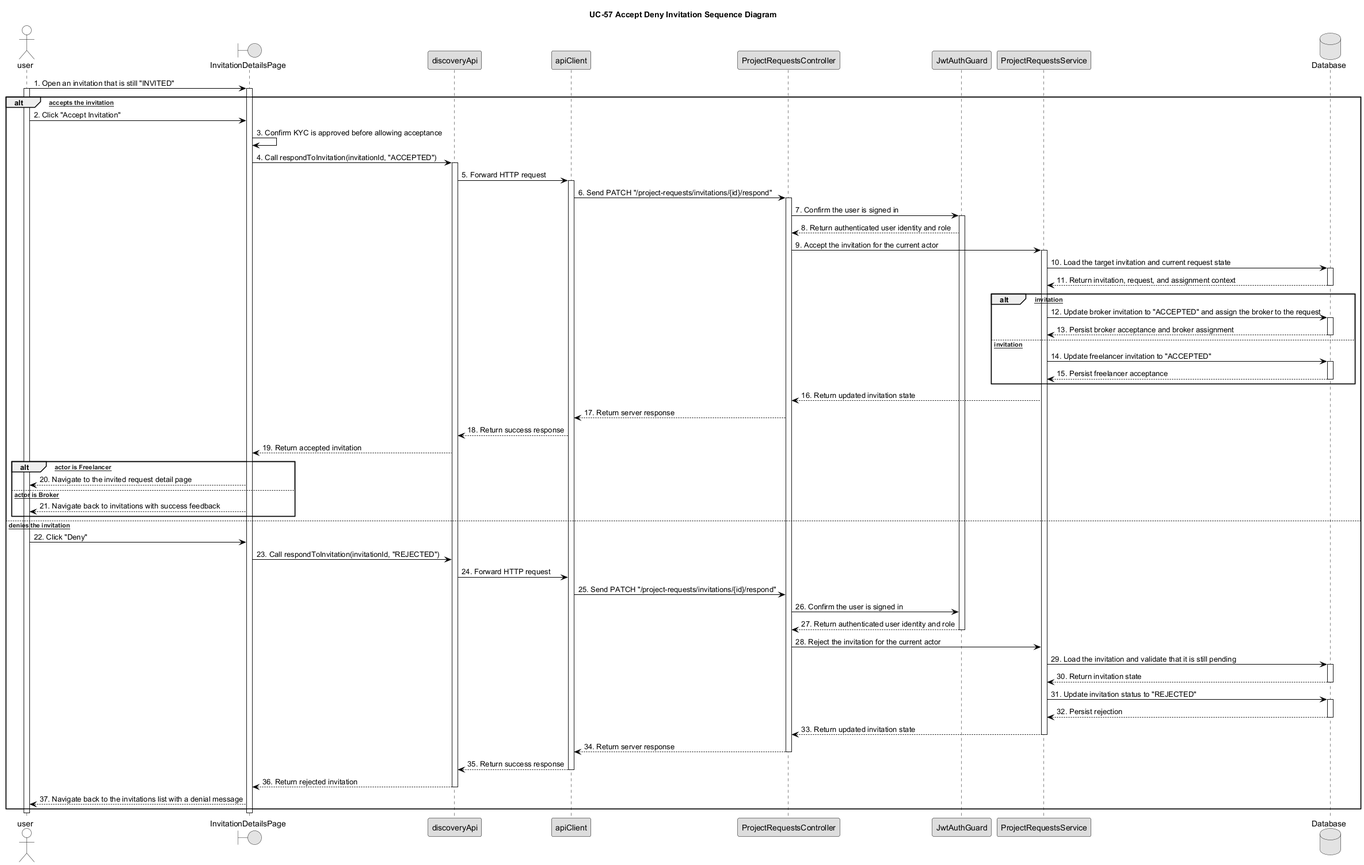
This is diagram/sequence/UC57_Accept_Deny_Invitation_Sequence_Diagram.png from bangdcce/SEP492-Project, a PlantUML export, as it was before one commit. Its diagram source:
```plantuml
@startuml UC57_Accept_Deny_Invitation_Sequence_Diagram



skinparam monochrome true



skinparam defaultFontColor Black



skinparam shadowing false



skinparam sequence {



    ArrowColor Black



    LifeLineBorderColor Black



    LifeLineBackgroundColor White



    ParticipantBorderColor Black



    ParticipantBackgroundColor #DDDDDD



    ParticipantFontColor Black



    ActorBorderColor Black



    ActorBackgroundColor White



    ActorFontColor Black



    GroupHeaderFontColor Black



    GroupHeaderBackgroundColor White



    GroupBodyBackgroundColor White



    GroupBorderColor Black



}



title UC-57 Accept Deny Invitation Sequence Diagram



actor user



boundary "InvitationDetailsPage" as DetailPage



participant "discoveryApi" as DiscoveryAPI



participant "apiClient" as ApiClient



participant "ProjectRequestsController" as Controller



participant "JwtAuthGuard" as JWTGuard



participant "ProjectRequestsService" as Service



database "Database" as DB



user -> DetailPage : 1. Open an invitation that is still "INVITED"



activate user



activate DetailPage



alt [User accepts the invitation]



    user -> DetailPage : 2. Click "Accept Invitation"



    DetailPage -> DetailPage : 3. Confirm KYC is approved before allowing acceptance



    DetailPage -> DiscoveryAPI : 4. Call respondToInvitation(invitationId, "ACCEPTED")



    activate DiscoveryAPI



    DiscoveryAPI -> ApiClient : 5. Forward HTTP request



    activate ApiClient



    ApiClient -> Controller : 6. Send PATCH "/project-requests/invitations/{id}/respond"



    activate Controller



    Controller -> JWTGuard : 7. Confirm the user is signed in



    activate JWTGuard



    JWTGuard --> Controller : 8. Return authenticated user identity and role



    Controller -> Service : 9. Accept the invitation for the current actor



    activate Service



    Service -> DB : 10. Load the target invitation and current request state



    activate DB



    DB --> Service : 11. Return invitation, request, and assignment context



    deactivate DB



    alt [Broker invitation]



        Service -> DB : 12. Update broker invitation to "ACCEPTED" and assign the broker to the request



        activate DB



        DB --> Service : 13. Persist broker acceptance and broker assignment



        deactivate DB



    else [Freelancer invitation]



        Service -> DB : 14. Update freelancer invitation to "ACCEPTED"



        activate DB



        DB --> Service : 15. Persist freelancer acceptance



        deactivate DB



    end



    Service --> Controller : 16. Return updated invitation state



    Controller --> ApiClient : 17. Return server response



    ApiClient --> DiscoveryAPI : 18. Return success response



    DiscoveryAPI --> DetailPage : 19. Return accepted invitation



    alt [Accepted actor is Freelancer]



        DetailPage --> user : 20. Navigate to the invited request detail page



    else [Accepted actor is Broker]



        DetailPage --> user : 21. Navigate back to invitations with success feedback



    end



else [User denies the invitation]



    user -> DetailPage : 22. Click "Deny"



    DetailPage -> DiscoveryAPI : 23. Call respondToInvitation(invitationId, "REJECTED")



    DiscoveryAPI -> ApiClient : 24. Forward HTTP request



    ApiClient -> Controller : 25. Send PATCH "/project-requests/invitations/{id}/respond"



    Controller -> JWTGuard : 26. Confirm the user is signed in



    JWTGuard --> Controller : 27. Return authenticated user identity and role



    deactivate JWTGuard



    Controller -> Service : 28. Reject the invitation for the current actor



    Service -> DB : 29. Load the invitation and validate that it is still pending



    activate DB



    DB --> Service : 30. Return invitation state



    deactivate DB



    Service -> DB : 31. Update invitation status to "REJECTED"



    activate DB



    DB --> Service : 32. Persist rejection



    deactivate DB



    Service --> Controller : 33. Return updated invitation state



    deactivate Service



    Controller --> ApiClient : 34. Return server response



    deactivate Controller



    ApiClient --> DiscoveryAPI : 35. Return success response



    deactivate ApiClient



    DiscoveryAPI --> DetailPage : 36. Return rejected invitation



    deactivate DiscoveryAPI



    DetailPage --> user : 37. Navigate back to the invitations list with a denial message



end



deactivate DetailPage



deactivate user



@enduml
```
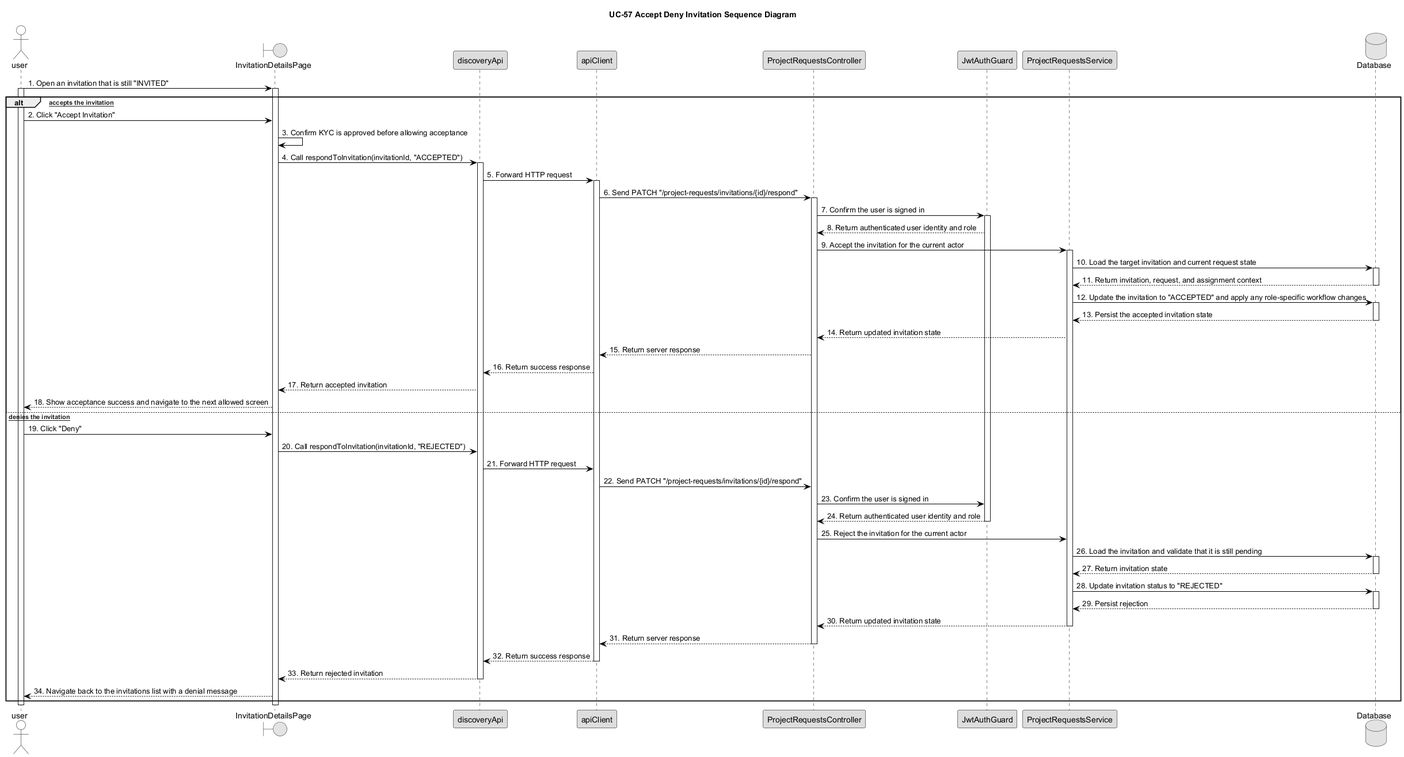
After the change.

Change to the diagram source:
```diff
@@ -125,7 +125,6 @@
 alt [User accepts the invitation]
 
 
-
     user -> DetailPage : 2. Click "Accept Invitation"
 
 
@@ -180,202 +179,81 @@
 
     Service -> DB : 10. Load the target invitation and current request state
 
+    activate DB
 
+    DB --> Service : 11. Return invitation, request, and assignment context
+
+    deactivate DB
+
+    Service -> DB : 12. Update the invitation to "ACCEPTED" and apply any role-specific workflow changes
 
     activate DB
 
-
-
-    DB --> Service : 11. Return invitation, request, and assignment context
-
-
+    DB --> Service : 13. Persist the accepted invitation state
 
     deactivate DB
 
+    Service --> Controller : 14. Return updated invitation state
 
+    Controller --> ApiClient : 15. Return server response
 
-    alt [Broker invitation]
+    ApiClient --> DiscoveryAPI : 16. Return success response
 
+    DiscoveryAPI --> DetailPage : 17. Return accepted invitation
 
-
-        Service -> DB : 12. Update broker invitation to "ACCEPTED" and assign the broker to the request
-
-
-
-        activate DB
-
-
-
-        DB --> Service : 13. Persist broker acceptance and broker assignment
-
-
-
-        deactivate DB
-
-
-
-    else [Freelancer invitation]
-
-
-
-        Service -> DB : 14. Update freelancer invitation to "ACCEPTED"
-
-
-
-        activate DB
-
-
-
-        DB --> Service : 15. Persist freelancer acceptance
-
-
-
-        deactivate DB
-
-
-
-    end
-
-
-
-    Service --> Controller : 16. Return updated invitation state
-
-
-
-    Controller --> ApiClient : 17. Return server response
-
-
-
-    ApiClient --> DiscoveryAPI : 18. Return success response
-
-
-
-    DiscoveryAPI --> DetailPage : 19. Return accepted invitation
-
-
-
-    alt [Accepted actor is Freelancer]
-
-
-
-        DetailPage --> user : 20. Navigate to the invited request detail page
-
-
-
-    else [Accepted actor is Broker]
-
-
-
-        DetailPage --> user : 21. Navigate back to invitations with success feedback
-
-
-
-    end
-
-
+    DetailPage --> user : 18. Show acceptance success and navigate to the next allowed screen
 
 else [User denies the invitation]
 
+    user -> DetailPage : 19. Click "Deny"
 
+    DetailPage -> DiscoveryAPI : 20. Call respondToInvitation(invitationId, "REJECTED")
 
-    user -> DetailPage : 22. Click "Deny"
+    DiscoveryAPI -> ApiClient : 21. Forward HTTP request
 
+    ApiClient -> Controller : 22. Send PATCH "/project-requests/invitations/{id}/respond"
 
+    Controller -> JWTGuard : 23. Confirm the user is signed in
 
-    DetailPage -> DiscoveryAPI : 23. Call respondToInvitation(invitationId, "REJECTED")
-
-
-
-    DiscoveryAPI -> ApiClient : 24. Forward HTTP request
-
-
-
-    ApiClient -> Controller : 25. Send PATCH "/project-requests/invitations/{id}/respond"
-
-
-
-    Controller -> JWTGuard : 26. Confirm the user is signed in
-
-
-
-    JWTGuard --> Controller : 27. Return authenticated user identity and role
-
-
+    JWTGuard --> Controller : 24. Return authenticated user identity and role
 
     deactivate JWTGuard
 
+    Controller -> Service : 25. Reject the invitation for the current actor
 
-
-    Controller -> Service : 28. Reject the invitation for the current actor
-
-
-
-    Service -> DB : 29. Load the invitation and validate that it is still pending
-
-
+    Service -> DB : 26. Load the invitation and validate that it is still pending
 
     activate DB
 
-
-
-    DB --> Service : 30. Return invitation state
-
-
+    DB --> Service : 27. Return invitation state
 
     deactivate DB
 
-
-
-    Service -> DB : 31. Update invitation status to "REJECTED"
-
-
+    Service -> DB : 28. Update invitation status to "REJECTED"
 
     activate DB
 
-
-
-    DB --> Service : 32. Persist rejection
-
-
+    DB --> Service : 29. Persist rejection
 
     deactivate DB
 
-
-
-    Service --> Controller : 33. Return updated invitation state
-
-
+    Service --> Controller : 30. Return updated invitation state
 
     deactivate Service
 
-
-
-    Controller --> ApiClient : 34. Return server response
-
-
+    Controller --> ApiClient : 31. Return server response
 
     deactivate Controller
 
-
-
-    ApiClient --> DiscoveryAPI : 35. Return success response
-
-
+    ApiClient --> DiscoveryAPI : 32. Return success response
 
     deactivate ApiClient
 
-
-
-    DiscoveryAPI --> DetailPage : 36. Return rejected invitation
-
-
+    DiscoveryAPI --> DetailPage : 33. Return rejected invitation
 
     deactivate DiscoveryAPI
 
-
-
-    DetailPage --> user : 37. Navigate back to the invitations list with a denial message
-
+    DetailPage --> user : 34. Navigate back to the invitations list with a denial message
 
 
 end
```
